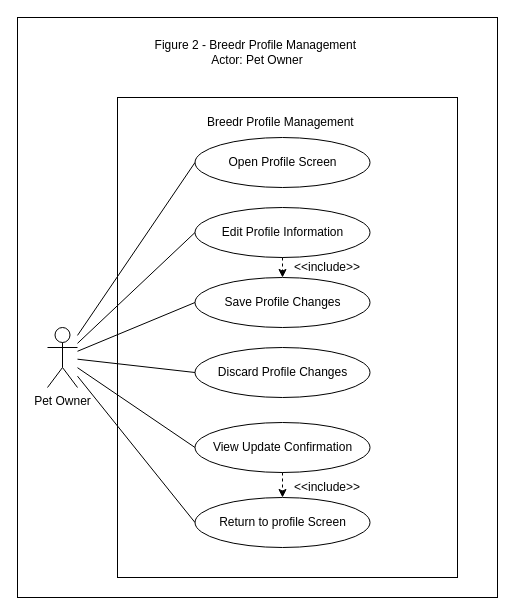
The draw.io diagram page "Figure-2" (2 of 10) of USE-CASE_Diagram_Franco.drawio in Chels013/Breedr-Diagrams, before the edit. Source tidied: cells renumbered, new cells numbered last; positions are measured from the earlier drawing's top-left corner, leaving out a move shared by most shapes. Both pictures are drawn from the tidied source at 100%, with x=0, y=0 at pixel (17, 17).
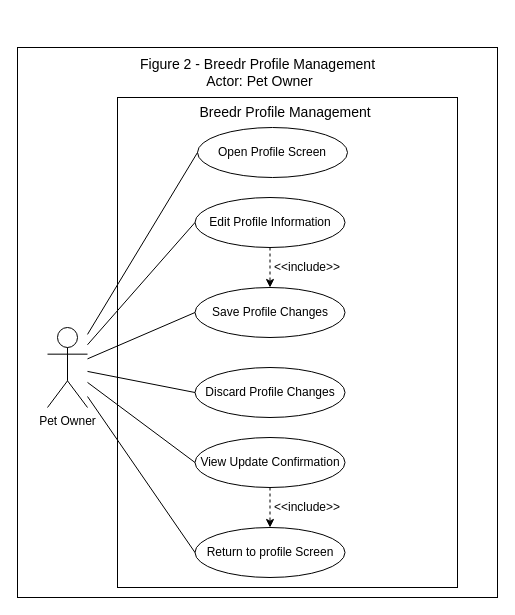
Above is the later version.

Commit message (it also covers changes not shown here):
i revised the figure 8 and change the arrows a little bit

Change to the diagram source:
```diff
@@
     <mxCell id="2" style="rounded=0;whiteSpace=wrap;html=1;align=center;verticalAlign=middle;fontFamily=Helvetica;fontSize=12;fontColor=default;fillColor=none;gradientColor=none;" parent="1" vertex="1">
-      <mxGeometry width="480" height="580" as="geometry" />
+      <mxGeometry y="30" width="480" height="550" as="geometry" />
     </mxCell>
-    <mxCell id="3" value="Figure 2 - Breedr Profile Management&amp;nbsp;&lt;br&gt;Actor: Pet Owner" style="text;html=1;align=center;verticalAlign=middle;whiteSpace=wrap;rounded=0;fontFamily=Helvetica;fontSize=12;fontColor=default;" parent="1" vertex="1">
-      <mxGeometry x="125" y="20" width="230" height="30" as="geometry" />
+    <mxCell id="3" value="Figure 2 - Breedr Profile Management&amp;nbsp;&lt;br&gt;Actor: Pet Owner" style="text;html=1;align=center;verticalAlign=middle;whiteSpace=wrap;rounded=0;fontFamily=Helvetica;fontSize=14;fontColor=default;" parent="1" vertex="1">
+      <mxGeometry x="100" y="40" width="285" height="30" as="geometry" />
     </mxCell>
     <mxCell id="4" style="rounded=0;whiteSpace=wrap;html=1;align=center;verticalAlign=middle;fontFamily=Helvetica;fontSize=12;fontColor=default;fillColor=none;gradientColor=none;" parent="1" vertex="1">
-      <mxGeometry x="100" y="80" width="340" height="480" as="geometry" />
+      <mxGeometry x="100" y="80" width="340" height="490" as="geometry" />
     </mxCell>
     <mxCell id="5" value="Pet Owner" style="shape=umlActor;verticalLabelPosition=bottom;verticalAlign=top;html=1;outlineConnect=0;rounded=0;align=center;fontFamily=Helvetica;fontSize=12;fontColor=default;fillColor=none;gradientColor=none;" parent="1" vertex="1">
-      <mxGeometry x="30" y="310" width="30" height="60" as="geometry" />
+      <mxGeometry x="30" y="310" width="40" height="80" as="geometry" />
     </mxCell>
-    <mxCell id="6" value="Breedr Profile Management&amp;nbsp;" style="text;html=1;align=center;verticalAlign=middle;whiteSpace=wrap;rounded=0;fontFamily=Helvetica;fontSize=12;fontColor=default;" parent="1" vertex="1">
-      <mxGeometry x="175" y="90" width="180" height="30" as="geometry" />
+    <mxCell id="6" value="Breedr Profile Management&amp;nbsp;" style="text;html=1;align=center;verticalAlign=middle;whiteSpace=wrap;rounded=0;fontFamily=Helvetica;fontSize=14;fontColor=default;" parent="1" vertex="1">
+      <mxGeometry x="180" y="80" width="180" height="30" as="geometry" />
     </mxCell>
     <mxCell id="7" value="Open Profile Screen" style="ellipse;whiteSpace=wrap;html=1;rounded=0;align=center;verticalAlign=middle;fontFamily=Helvetica;fontSize=12;fontColor=default;fillColor=none;gradientColor=none;" parent="1" vertex="1">
-      <mxGeometry x="177.5" y="120" width="175" height="50" as="geometry" />
+      <mxGeometry x="180" y="110" width="150" height="50" as="geometry" />
     </mxCell>
     <mxCell id="8" value="Edit Profile Information" style="ellipse;whiteSpace=wrap;html=1;rounded=0;align=center;verticalAlign=middle;fontFamily=Helvetica;fontSize=12;fontColor=default;fillColor=none;gradientColor=none;" parent="1" vertex="1">
-      <mxGeometry x="177.5" y="190" width="175" height="50" as="geometry" />
+      <mxGeometry x="177.5" y="180" width="150" height="50" as="geometry" />
     </mxCell>
     <mxCell id="9" value="Save Profile Changes" style="ellipse;whiteSpace=wrap;html=1;rounded=0;align=center;verticalAlign=middle;fontFamily=Helvetica;fontSize=12;fontColor=default;fillColor=none;gradientColor=none;" parent="1" vertex="1">
-      <mxGeometry x="177.5" y="260" width="175" height="50" as="geometry" />
+      <mxGeometry x="177.5" y="270" width="150" height="50" as="geometry" />
     </mxCell>
     <mxCell id="10" value="Discard Profile Changes" style="ellipse;whiteSpace=wrap;html=1;rounded=0;align=center;verticalAlign=middle;fontFamily=Helvetica;fontSize=12;fontColor=default;fillColor=none;gradientColor=none;" parent="1" vertex="1">
-      <mxGeometry x="177.5" y="330" width="175" height="50" as="geometry" />
+      <mxGeometry x="177.5" y="350" width="150" height="50" as="geometry" />
     </mxCell>
     <mxCell id="11" value="View Update Confirmation" style="ellipse;whiteSpace=wrap;html=1;rounded=0;align=center;verticalAlign=middle;fontFamily=Helvetica;fontSize=12;fontColor=default;fillColor=none;gradientColor=none;" parent="1" vertex="1">
-      <mxGeometry x="177.5" y="405" width="175" height="50" as="geometry" />
+      <mxGeometry x="177.5" y="420" width="150" height="50" as="geometry" />
     </mxCell>
     <mxCell id="12" value="Return to profile Screen" style="ellipse;whiteSpace=wrap;html=1;rounded=0;align=center;verticalAlign=middle;fontFamily=Helvetica;fontSize=12;fontColor=default;fillColor=none;gradientColor=none;" parent="1" vertex="1">
-      <mxGeometry x="177.5" y="480" width="175" height="50" as="geometry" />
+      <mxGeometry x="177.5" y="510" width="150" height="50" as="geometry" />
     </mxCell>
@@
     <mxCell id="21" value="&amp;lt;&amp;lt;include&amp;gt;&amp;gt;" style="text;html=1;align=center;verticalAlign=middle;whiteSpace=wrap;rounded=0;fontFamily=Helvetica;fontSize=12;fontColor=default;" parent="1" vertex="1">
-      <mxGeometry x="280" y="240" width="60" height="20" as="geometry" />
+      <mxGeometry x="260" y="240" width="60" height="20" as="geometry" />
     </mxCell>
     <mxCell id="22" value="&amp;lt;&amp;lt;include&amp;gt;&amp;gt;" style="text;html=1;align=center;verticalAlign=middle;whiteSpace=wrap;rounded=0;fontFamily=Helvetica;fontSize=12;fontColor=default;" parent="1" vertex="1">
-      <mxGeometry x="280" y="460" width="60" height="20" as="geometry" />
+      <mxGeometry x="260" y="480" width="60" height="20" as="geometry" />
     </mxCell>
```
